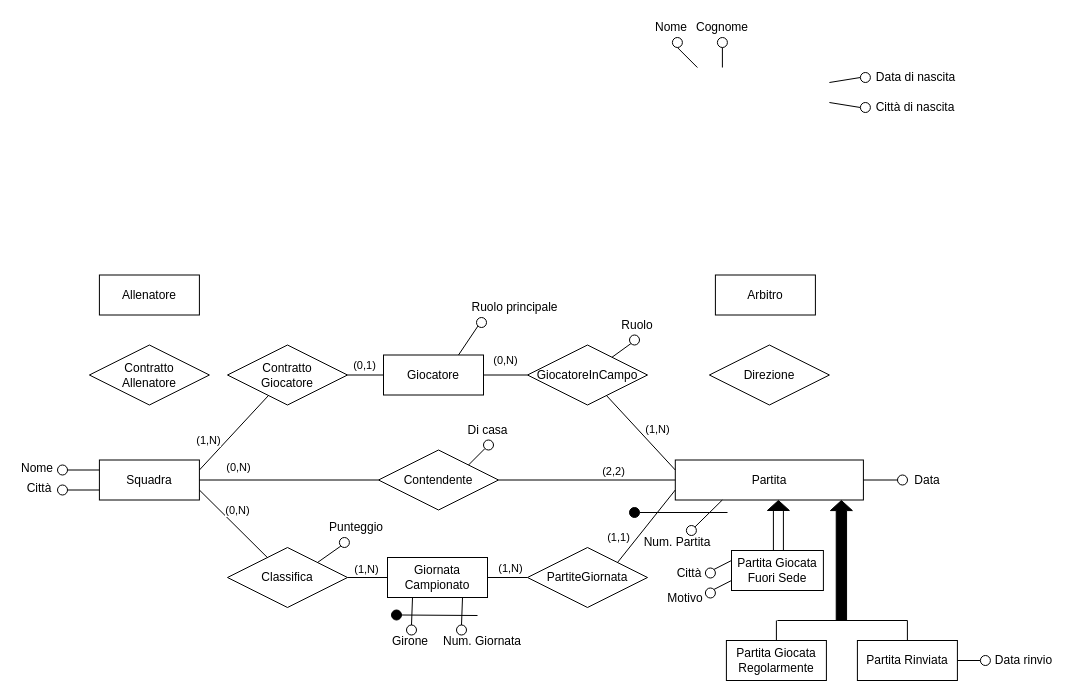
miguel76/corso-bdd keeps this draw.io diagram as page "Ristrutturato" (7 of 7) of Campionato.drawio. Above is the earlier version. Source tidied: cells renumbered, new cells numbered last; positions are measured from the earlier drawing's top-left corner, leaving out a move shared by most shapes. Both pictures are drawn from the tidied source at 100%, with x=0, y=0 at pixel (17, 17).
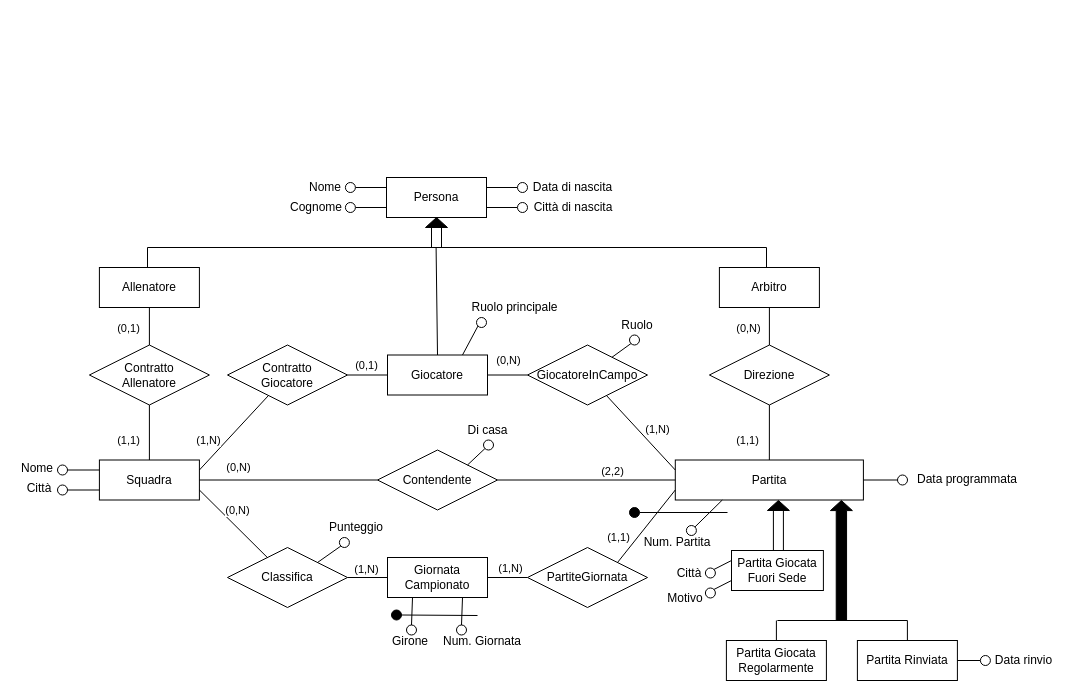
Above is the later version.

The change refers to these unchanged cells:
```xml
<mxCell id="2" value="Squadra" style="whiteSpace=wrap;html=1;align=center;" parent="1" vertex="1">
  <mxGeometry x="81.9" y="442.5" width="100" height="40" as="geometry" />
</mxCell>
<mxCell id="3" value="Partita" style="whiteSpace=wrap;html=1;align=center;" parent="1" vertex="1">
  <mxGeometry x="657.8" y="442.5" width="188.1" height="40" as="geometry" />
</mxCell>
<mxCell id="97" value="Contratto&lt;br&gt;Allenatore" style="shape=rhombus;perimeter=rhombusPerimeter;whiteSpace=wrap;html=1;align=center;" parent="1" vertex="1">
  <mxGeometry x="71.9" y="327.5" width="120" height="60" as="geometry" />
</mxCell>
<mxCell id="98" value="Direzione" style="shape=rhombus;perimeter=rhombusPerimeter;whiteSpace=wrap;html=1;align=center;" parent="1" vertex="1">
  <mxGeometry x="691.9" y="327.5" width="120" height="60" as="geometry" />
</mxCell>
```

The edit, as a diff of the source:
```diff
@@
     <mxCell id="4" value="Giocatore" style="whiteSpace=wrap;html=1;align=center;" parent="1" vertex="1">
-      <mxGeometry x="366" y="337.5" width="100" height="40" as="geometry" />
+      <mxGeometry x="370" y="337.5" width="100" height="40" as="geometry" />
     </mxCell>
     <mxCell id="5" value="Contendente" style="shape=rhombus;perimeter=rhombusPerimeter;whiteSpace=wrap;html=1;align=center;" parent="1" vertex="1">
-      <mxGeometry x="361" y="432.5" width="120" height="60" as="geometry" />
+      <mxGeometry x="360" y="432.5" width="120" height="60" as="geometry" />
     </mxCell>
@@
-    <mxCell id="26" style="endArrow=none;html=1;rounded=0;exitX=0.5;exitY=1;exitDx=0;exitDy=0;entryX=0.25;entryY=0;entryDx=0;entryDy=0;" parent="1" edge="1" source="27">
-      <mxGeometry relative="1" as="geometry">
-        <mxPoint x="679.9" y="50" as="targetPoint" />
-      </mxGeometry>
+    <mxCell id="26" style="endArrow=none;html=1;rounded=0;exitX=1;exitY=0.5;exitDx=0;exitDy=0;entryX=0;entryY=0.75;entryDx=0;entryDy=0;" parent="1" edge="1" source="27" target="107">
+      <mxGeometry relative="1" as="geometry" />
     </mxCell>
     <mxCell id="27" style="ellipse;whiteSpace=wrap;html=1;" parent="1" vertex="1">
-      <mxGeometry x="654.9" y="20" width="10" height="10" as="geometry" />
+      <mxGeometry x="327.9" y="185" width="10" height="10" as="geometry" />
     </mxCell>
     <mxCell id="28" value="Nome" style="text;html=1;strokeColor=none;fillColor=none;align=center;verticalAlign=middle;whiteSpace=wrap;rounded=0;" parent="1" vertex="1">
-      <mxGeometry x="633.9" width="40" height="20" as="geometry" />
+      <mxGeometry x="287.9" y="145" width="40" height="50" as="geometry" />
     </mxCell>
-    <mxCell id="29" style="endArrow=none;html=1;rounded=0;exitX=0.5;exitY=1;exitDx=0;exitDy=0;entryX=0.5;entryY=0;entryDx=0;entryDy=0;" parent="1" edge="1" source="30">
-      <mxGeometry relative="1" as="geometry">
-        <mxPoint x="704.9" y="50" as="targetPoint" />
-      </mxGeometry>
+    <mxCell id="29" style="endArrow=none;html=1;rounded=0;exitX=1;exitY=0.5;exitDx=0;exitDy=0;entryX=0;entryY=0.25;entryDx=0;entryDy=0;" parent="1" edge="1" source="30" target="107">
+      <mxGeometry relative="1" as="geometry" />
     </mxCell>
     <mxCell id="30" style="ellipse;whiteSpace=wrap;html=1;" parent="1" vertex="1">
-      <mxGeometry x="699.9" y="20" width="10" height="10" as="geometry" />
+      <mxGeometry x="327.9" y="165" width="10" height="10" as="geometry" />
     </mxCell>
     <mxCell id="31" value="Cognome" style="text;html=1;strokeColor=none;fillColor=none;align=center;verticalAlign=middle;whiteSpace=wrap;rounded=0;" parent="1" vertex="1">
-      <mxGeometry x="684.9" width="40" height="20" as="geometry" />
+      <mxGeometry x="279" y="180" width="40" height="20" as="geometry" />
     </mxCell>
@@
-    <mxCell id="35" style="endArrow=none;html=1;rounded=0;exitX=0;exitY=0.5;exitDx=0;exitDy=0;entryX=1;entryY=0.25;entryDx=0;entryDy=0;" parent="1" edge="1" source="36">
-      <mxGeometry relative="1" as="geometry">
-        <mxPoint x="811.9" y="65" as="targetPoint" />
-      </mxGeometry>
+    <mxCell id="35" style="endArrow=none;html=1;rounded=0;exitX=0;exitY=0.5;exitDx=0;exitDy=0;entryX=1;entryY=0.25;entryDx=0;entryDy=0;" parent="1" edge="1" source="36" target="107">
+      <mxGeometry relative="1" as="geometry" />
     </mxCell>
     <mxCell id="36" style="ellipse;whiteSpace=wrap;html=1;" parent="1" vertex="1">
-      <mxGeometry x="842.9" y="55" width="10" height="10" as="geometry" />
+      <mxGeometry x="500" y="165" width="10" height="10" as="geometry" />
     </mxCell>
     <mxCell id="37" value="Data di nascita" style="text;html=1;strokeColor=none;fillColor=none;align=center;verticalAlign=middle;whiteSpace=wrap;rounded=0;" parent="1" vertex="1">
-      <mxGeometry x="853.9" y="50" width="89" height="20" as="geometry" />
+      <mxGeometry x="511" y="160" width="89" height="20" as="geometry" />
     </mxCell>
-    <mxCell id="38" style="endArrow=none;html=1;rounded=0;exitX=0;exitY=0.5;exitDx=0;exitDy=0;entryX=1;entryY=0.75;entryDx=0;entryDy=0;" parent="1" edge="1" source="39">
-      <mxGeometry relative="1" as="geometry">
-        <mxPoint x="811.9" y="85" as="targetPoint" />
-      </mxGeometry>
+    <mxCell id="38" style="endArrow=none;html=1;rounded=0;exitX=0;exitY=0.5;exitDx=0;exitDy=0;entryX=1;entryY=0.75;entryDx=0;entryDy=0;" parent="1" edge="1" source="39" target="107">
+      <mxGeometry relative="1" as="geometry" />
     </mxCell>
     <mxCell id="39" style="ellipse;whiteSpace=wrap;html=1;" parent="1" vertex="1">
-      <mxGeometry x="842.9" y="85" width="10" height="10" as="geometry" />
+      <mxGeometry x="500" y="185" width="10" height="10" as="geometry" />
     </mxCell>
     <mxCell id="40" value="Città di nascita" style="text;html=1;strokeColor=none;fillColor=none;align=center;verticalAlign=middle;whiteSpace=wrap;rounded=0;" parent="1" vertex="1">
-      <mxGeometry x="852.9" y="80" width="90" height="20" as="geometry" />
+      <mxGeometry x="511" y="180" width="90" height="20" as="geometry" />
     </mxCell>
@@
-    <mxCell id="52" value="Data" style="text;html=1;strokeColor=none;fillColor=none;align=center;verticalAlign=middle;whiteSpace=wrap;rounded=0;" parent="1" vertex="1">
-      <mxGeometry x="890" y="452.5" width="40" height="20" as="geometry" />
+    <mxCell id="52" value="Data programmata" style="text;html=1;strokeColor=none;fillColor=none;align=center;verticalAlign=middle;whiteSpace=wrap;rounded=0;" parent="1" vertex="1">
+      <mxGeometry x="895" y="451.5" width="110" height="20" as="geometry" />
     </mxCell>
@@
     <mxCell id="95" value="Arbitro" style="whiteSpace=wrap;html=1;align=center;" parent="1" vertex="1">
-      <mxGeometry x="697.9" y="257.5" width="100" height="40" as="geometry" />
+      <mxGeometry x="701.9" y="250" width="100" height="40" as="geometry" />
     </mxCell>
     <mxCell id="96" value="Allenatore" style="whiteSpace=wrap;html=1;align=center;" parent="1" vertex="1">
-      <mxGeometry x="81.9" y="257.5" width="100" height="40" as="geometry" />
+      <mxGeometry x="81.9" y="250" width="100" height="40" as="geometry" />
     </mxCell>
@@
+    <mxCell id="99" style="endArrow=none;html=1;rounded=0;exitX=0.5;exitY=0;exitDx=0;exitDy=0;entryX=0.5;entryY=1;entryDx=0;entryDy=0;" parent="1" edge="1" source="2" target="97">
+      <mxGeometry relative="1" as="geometry" />
+    </mxCell>
+    <mxCell id="100" value="(1,1)" style="edgeLabel;html=1;align=center;verticalAlign=middle;" parent="99" vertex="1">
+      <mxGeometry x="0.45" y="-3" relative="1" as="geometry">
+        <mxPoint x="-24.9" y="20" as="offset" />
+      </mxGeometry>
+    </mxCell>
+    <mxCell id="101" style="endArrow=none;html=1;rounded=0;exitX=0.5;exitY=0;exitDx=0;exitDy=0;entryX=0.5;entryY=1;entryDx=0;entryDy=0;" parent="1" edge="1" source="3" target="98">
+      <mxGeometry relative="1" as="geometry" />
+    </mxCell>
+    <mxCell id="102" value="(1,1)" style="edgeLabel;html=1;align=center;verticalAlign=middle;" parent="101" vertex="1">
+      <mxGeometry x="0.45" y="-3" relative="1" as="geometry">
+        <mxPoint x="-24.9" y="20" as="offset" />
+      </mxGeometry>
+    </mxCell>
+    <mxCell id="103" style="endArrow=none;html=1;rounded=0;exitX=0.5;exitY=0;exitDx=0;exitDy=0;entryX=0.5;entryY=1;entryDx=0;entryDy=0;" parent="1" edge="1" source="97" target="96">
+      <mxGeometry relative="1" as="geometry" />
+    </mxCell>
+    <mxCell id="104" value="(0,1)" style="edgeLabel;html=1;align=center;verticalAlign=middle;" parent="103" vertex="1">
+      <mxGeometry x="0.45" y="-3" relative="1" as="geometry">
+        <mxPoint x="-24.9" y="9.6" as="offset" />
+      </mxGeometry>
+    </mxCell>
+    <mxCell id="105" style="endArrow=none;html=1;rounded=0;exitX=0.5;exitY=0;exitDx=0;exitDy=0;entryX=0.5;entryY=1;entryDx=0;entryDy=0;" parent="1" edge="1" source="98" target="95">
+      <mxGeometry relative="1" as="geometry" />
+    </mxCell>
+    <mxCell id="106" value="(0,N)" style="edgeLabel;html=1;align=center;verticalAlign=middle;" parent="105" vertex="1">
+      <mxGeometry x="0.45" y="-3" relative="1" as="geometry">
+        <mxPoint x="-24.9" y="9.6" as="offset" />
+      </mxGeometry>
+    </mxCell>
+    <mxCell id="107" value="Persona" style="whiteSpace=wrap;html=1;align=center;" parent="1" vertex="1">
+      <mxGeometry x="369" y="160" width="100" height="40" as="geometry" />
+    </mxCell>
+    <mxCell id="108" style="html=1;shadow=0;dashed=0;align=center;verticalAlign=middle;shape=mxgraph.arrows2.arrow;dy=0.66;dx=12.45;direction=north;notch=0;fillColor=#000000;" parent="1" vertex="1">
+      <mxGeometry x="408" y="200" width="22" height="10" as="geometry" />
+    </mxCell>
+    <mxCell id="109" style="rounded=0;whiteSpace=wrap;html=1;fillColor=none;" parent="1" vertex="1">
+      <mxGeometry x="414" y="210" width="10" height="20" as="geometry" />
+    </mxCell>
+    <mxCell id="110" style="endArrow=none;html=1;" parent="1" edge="1">
+      <mxGeometry relative="1" as="geometry">
+        <mxPoint x="130" y="230" as="sourcePoint" />
+        <mxPoint x="749" y="230" as="targetPoint" />
+      </mxGeometry>
+    </mxCell>
+    <mxCell id="111" style="endArrow=none;html=1;exitX=0.5;exitY=0;exitDx=0;exitDy=0;" parent="1" edge="1" source="4">
+      <mxGeometry relative="1" as="geometry">
+        <mxPoint x="418.6" y="230" as="targetPoint" />
+      </mxGeometry>
+    </mxCell>
+    <mxCell id="112" style="endArrow=none;html=1;exitX=0.5;exitY=0;exitDx=0;exitDy=0;" parent="1" edge="1">
+      <mxGeometry relative="1" as="geometry">
+        <mxPoint x="749" y="250" as="sourcePoint" />
+        <mxPoint x="749" y="230" as="targetPoint" />
+      </mxGeometry>
+    </mxCell>
+    <mxCell id="113" style="endArrow=none;html=1;exitX=0.5;exitY=0;exitDx=0;exitDy=0;" parent="1" edge="1">
+      <mxGeometry relative="1" as="geometry">
+        <mxPoint x="130" y="250" as="sourcePoint" />
+        <mxPoint x="130" y="230" as="targetPoint" />
+      </mxGeometry>
+    </mxCell>
```
